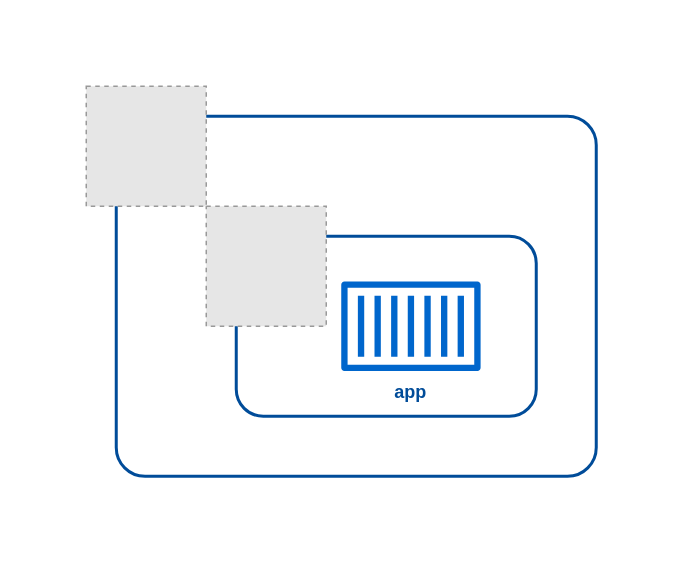
Above: page "第 2 页" (2 of 3) of st/k8s.drawio in gaivin/drawio (draw.io), before the change. Source tidied: cells renumbered, new cells numbered last; positions are measured from the earlier drawing's top-left corner, leaving out a move shared by most shapes. Both pictures are drawn from the tidied source at 150%, with x=0, y=0 at pixel (86, 86). Pictures stored in the file or linked from it are replaced by grey dashed boxes.
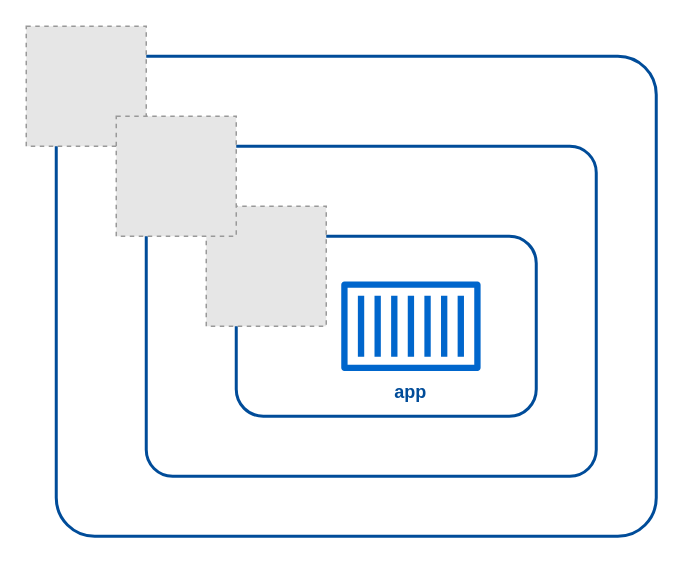
The same diagram, later.

Diff of the diagram source:
```diff
@@
 <mxGraphModel>
   <root>
     <mxCell id="0" />
     <mxCell id="1" parent="0" />
+    <mxCell id="7" style="rounded=1;whiteSpace=wrap;html=1;fillStyle=auto;strokeWidth=2;fillColor=none;arcSize=8;strokeColor=#004C99;" parent="1" vertex="1">
+      <mxGeometry x="-20" y="-20" width="400" height="320" as="geometry" />
+    </mxCell>
     <mxCell id="2" style="rounded=1;whiteSpace=wrap;html=1;fillStyle=auto;strokeWidth=2;fillColor=none;arcSize=8;strokeColor=#004C99;" parent="1" vertex="1">
-      <mxGeometry x="20" y="20" width="320" height="240" as="geometry" />
+      <mxGeometry x="40" y="40" width="300" height="220" as="geometry" />
     </mxCell>
     <mxCell id="3" style="rounded=1;whiteSpace=wrap;html=1;fontFamily=Helvetica;fontSize=12;fontColor=default;align=center;strokeColor=#004C99;fillColor=default;strokeWidth=2;fillStyle=solid;" parent="1" vertex="1">
       <mxGeometry x="100" y="100" width="200" height="120" as="geometry" />
     </mxCell>
     <mxCell id="4" style="fillColor=#E6E6E6;strokeColor=#999999;dashed=1;verticalLabelPosition=bottom;verticalAlign=top;" parent="1" vertex="1">
       <mxGeometry x="80" y="80" width="80" height="80" as="geometry" />
     </mxCell>
     <mxCell id="5" value="&lt;font color=&quot;#004c99&quot;&gt;&lt;b&gt;app&lt;/b&gt;&lt;/font&gt;" style="sketch=0;fontColor=#ffffff;fillColor=#0066CC;strokeColor=#006EAF;dashed=0;verticalLabelPosition=bottom;verticalAlign=top;align=center;html=1;fontSize=12;fontStyle=0;shape=mxgraph.aws4.container_1;fillStyle=solid;strokeWidth=2;" parent="1" vertex="1">
       <mxGeometry x="170" y="130" width="92.9" height="60" as="geometry" />
     </mxCell>
     <mxCell id="6" style="fillColor=#E6E6E6;strokeColor=#999999;dashed=1;verticalLabelPosition=bottom;verticalAlign=top;fontColor=#004C99;" parent="1" vertex="1">
-      <mxGeometry width="80" height="80" as="geometry" />
+      <mxGeometry x="-40" y="-40" width="80" height="80" as="geometry" />
     </mxCell>
+    <mxCell id="8" style="fillColor=#E6E6E6;strokeColor=#999999;dashed=1;verticalLabelPosition=bottom;verticalAlign=top;fontColor=#004C99;" parent="1" vertex="1">
+      <mxGeometry x="20" y="20" width="80" height="80" as="geometry" />
+    </mxCell>
   </root>
 </mxGraphModel>
```
